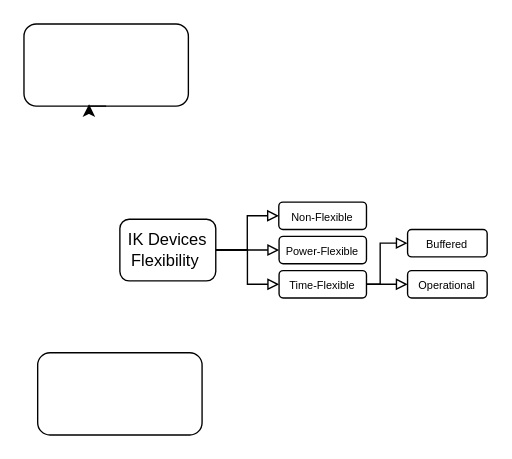
Before: Flex_Class_IK.drawio in luistmartins/thesis_ik, a draw.io diagram. Source tidied: cells renumbered, new cells numbered last; positions are measured from the earlier drawing's top-left corner, leaving out a move shared by most shapes. Both pictures are drawn from the tidied source at 137%, with x=0, y=0 at pixel (23, 23).
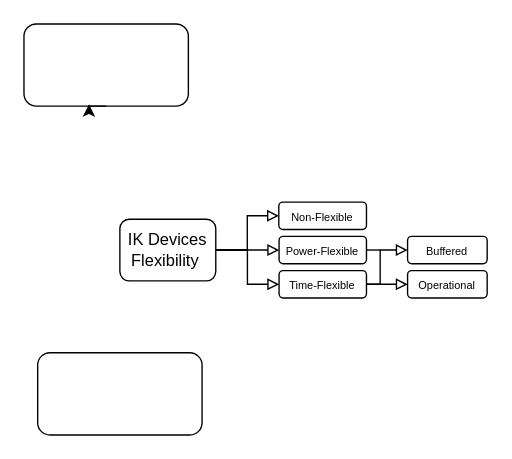
Above is the later version.

The change refers to these unchanged cells:
```xml
<mxCell id="6" value="&lt;font style=&quot;font-size: 8px;&quot;&gt;Power-Flexible&lt;/font&gt;" style="rounded=1;whiteSpace=wrap;html=1;" parent="1" vertex="1">
  <mxGeometry x="186.2" y="155" width="63.8" height="20" as="geometry" />
</mxCell>
<mxCell id="10" value="&lt;font style=&quot;font-size: 8px;&quot;&gt;Time-Flexible&lt;/font&gt;" style="rounded=1;whiteSpace=wrap;html=1;" parent="1" vertex="1">
  <mxGeometry x="186.2" y="180" width="63.8" height="20" as="geometry" />
</mxCell>
```

What changed in the source:
```diff
@@
     <mxCell id="8" style="edgeStyle=orthogonalEdgeStyle;rounded=0;jettySize=auto;html=1;endArrow=block;endFill=0;entryX=0;entryY=0.5;entryDx=0;entryDy=0;exitX=1;exitY=0.5;exitDx=0;exitDy=0;" parent="1" edge="1" source="10" target="11">
       <mxGeometry relative="1" as="geometry">
         <Array as="points">
           <mxPoint x="260" y="190" />
-          <mxPoint x="260" y="160" />
+          <mxPoint x="260" y="165" />
         </Array>
       </mxGeometry>
     </mxCell>
@@
     <mxCell id="11" value="&lt;font style=&quot;font-size: 8px;&quot;&gt;Buffered&lt;/font&gt;" style="whiteSpace=wrap;html=1;rounded=1;" parent="1" vertex="1">
-      <mxGeometry x="280" y="150" width="58.1" height="20" as="geometry" />
+      <mxGeometry x="280" y="155" width="58.1" height="20" as="geometry" />
     </mxCell>
@@
+    <mxCell id="16" style="endArrow=none;html=1;rounded=0;exitX=1;exitY=0.5;exitDx=0;exitDy=0;" parent="1" edge="1" source="6">
+      <mxGeometry relative="1" as="geometry">
+        <mxPoint x="260" y="165" as="targetPoint" />
+      </mxGeometry>
+    </mxCell>
```
